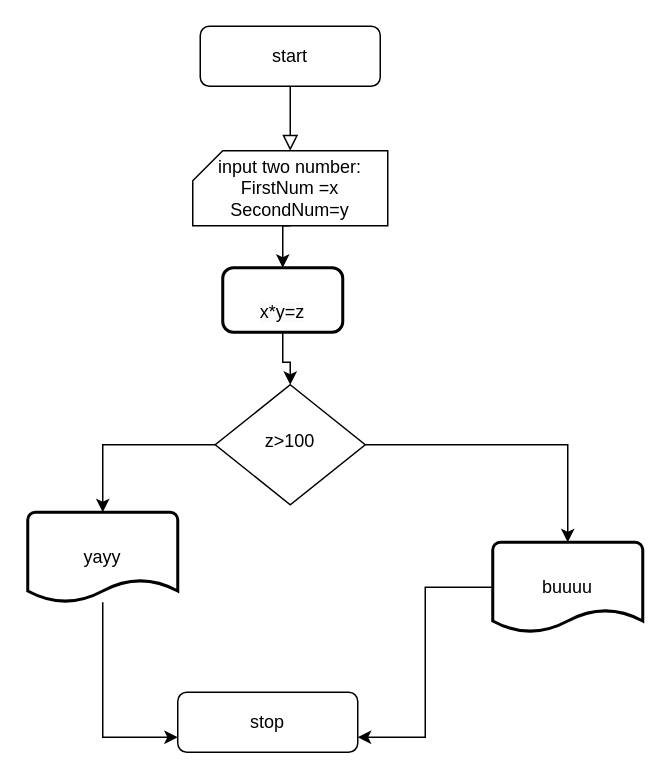
Before: tv.drawio in hayakarl/haya_hello, a draw.io diagram. Source tidied: cells renumbered, new cells numbered last; positions are measured from the earlier drawing's top-left corner, leaving out a move shared by most shapes. Both pictures are drawn from the tidied source at 150%, with x=0, y=0 at pixel (27, 26).
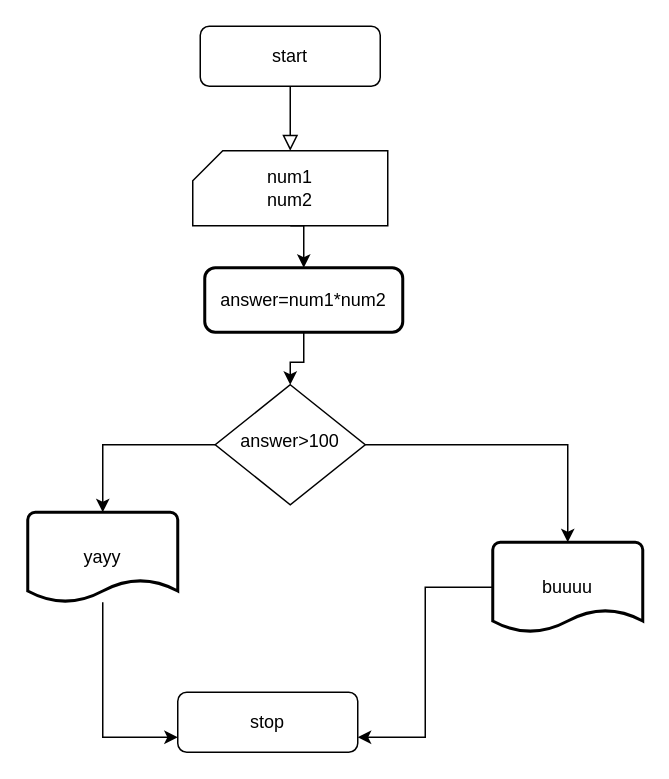
The same page after the edit.

Diff of the diagram source:
```diff
@@
 <mxGraphModel>
   <root>
     <mxCell id="0" />
     <mxCell id="1" parent="0" />
     <mxCell id="2" style="rounded=0;html=1;jettySize=auto;fontSize=11;endArrow=block;endFill=0;endSize=8;strokeWidth=1;shadow=0;labelBackgroundColor=none;edgeStyle=orthogonalEdgeStyle;entryX=0.5;entryY=0;entryDx=0;entryDy=0;entryPerimeter=0;" parent="1" edge="1" source="3" target="7">
       <mxGeometry relative="1" as="geometry" />
     </mxCell>
     <mxCell id="3" value="start" style="rounded=1;whiteSpace=wrap;html=1;fontSize=12;glass=0;strokeWidth=1;shadow=0;" parent="1" vertex="1">
       <mxGeometry x="115" width="120" height="40" as="geometry" />
     </mxCell>
     <mxCell id="4" value="stop" style="rounded=1;whiteSpace=wrap;html=1;fontSize=12;glass=0;strokeWidth=1;shadow=0;" parent="1" vertex="1">
       <mxGeometry x="100" y="444" width="120" height="40" as="geometry" />
     </mxCell>
-    <mxCell id="5" value="z&amp;gt;100" style="rhombus;whiteSpace=wrap;html=1;shadow=0;fontFamily=Helvetica;fontSize=12;align=center;strokeWidth=1;spacing=6;spacingTop=-4;" parent="1" vertex="1">
+    <mxCell id="5" value="answer&amp;gt;100" style="rhombus;whiteSpace=wrap;html=1;shadow=0;fontFamily=Helvetica;fontSize=12;align=center;strokeWidth=1;spacing=6;spacingTop=-4;" parent="1" vertex="1">
       <mxGeometry x="125" y="239" width="100" height="80" as="geometry" />
     </mxCell>
     <mxCell id="6" style="edgeStyle=orthogonalEdgeStyle;rounded=0;jettySize=auto;html=1;exitX=0.5;exitY=1;exitDx=0;exitDy=0;exitPerimeter=0;entryX=0.5;entryY=0;entryDx=0;entryDy=0;" parent="1" edge="1" source="7" target="15">
       <mxGeometry relative="1" as="geometry" />
     </mxCell>
-    <mxCell id="7" value="input two number:&lt;br&gt;FirstNum =x&lt;br&gt;SecondNum=y" style="verticalLabelPosition=middle;verticalAlign=middle;html=1;shape=card;whiteSpace=wrap;size=20;arcSize=12;labelPosition=center;align=center;" parent="1" vertex="1">
+    <mxCell id="7" value="num1&lt;br&gt;num2" style="verticalLabelPosition=middle;verticalAlign=middle;html=1;shape=card;whiteSpace=wrap;size=20;arcSize=12;labelPosition=center;align=center;" parent="1" vertex="1">
       <mxGeometry x="110" y="83" width="130" height="50" as="geometry" />
     </mxCell>
     <mxCell id="8" style="edgeStyle=orthogonalEdgeStyle;rounded=0;jettySize=auto;html=1;entryX=0;entryY=0.75;entryDx=0;entryDy=0;" parent="1" edge="1" source="9" target="4">
       <mxGeometry relative="1" as="geometry" />
     </mxCell>
     <mxCell id="9" value="yayy" style="strokeWidth=2;html=1;shape=mxgraph.flowchart.document2;whiteSpace=wrap;size=0.25;" parent="1" vertex="1">
       <mxGeometry y="324" width="100" height="60" as="geometry" />
     </mxCell>
     <mxCell id="10" style="edgeStyle=orthogonalEdgeStyle;rounded=0;jettySize=auto;html=1;entryX=1;entryY=0.75;entryDx=0;entryDy=0;" parent="1" edge="1" source="11" target="4">
       <mxGeometry relative="1" as="geometry" />
     </mxCell>
     <mxCell id="11" value="buuuu" style="strokeWidth=2;html=1;shape=mxgraph.flowchart.document2;whiteSpace=wrap;size=0.25;" parent="1" vertex="1">
       <mxGeometry x="310" y="344" width="100" height="60" as="geometry" />
     </mxCell>
     <mxCell id="12" style="edgeStyle=orthogonalEdgeStyle;rounded=0;jettySize=auto;html=1;entryX=0.5;entryY=0;entryDx=0;entryDy=0;entryPerimeter=0;" parent="1" edge="1" source="5" target="9">
       <mxGeometry relative="1" as="geometry" />
     </mxCell>
     <mxCell id="13" style="edgeStyle=orthogonalEdgeStyle;rounded=0;jettySize=auto;html=1;entryX=0.5;entryY=0;entryDx=0;entryDy=0;entryPerimeter=0;" parent="1" edge="1" source="5" target="11">
       <mxGeometry relative="1" as="geometry" />
     </mxCell>
     <mxCell id="14" style="edgeStyle=orthogonalEdgeStyle;rounded=0;jettySize=auto;html=1;" parent="1" edge="1" source="15" target="5">
       <mxGeometry relative="1" as="geometry" />
     </mxCell>
-    <mxCell id="15" value="&lt;br&gt;&lt;span style=&quot;color: rgb(0, 0, 0); font-family: Helvetica; font-size: 12px; font-style: normal; font-variant-ligatures: normal; font-variant-caps: normal; font-weight: 400; letter-spacing: normal; orphans: 2; text-align: center; text-indent: 0px; text-transform: none; widows: 2; word-spacing: 0px; -webkit-text-stroke-width: 0px; background-color: rgb(251, 251, 251); text-decoration-thickness: initial; text-decoration-style: initial; text-decoration-color: initial; float: none; display: inline !important;&quot;&gt;x*y=z&lt;/span&gt;&lt;br&gt;" style="rounded=1;whiteSpace=wrap;html=1;absoluteArcSize=1;arcSize=14;strokeWidth=2;" parent="1" vertex="1">
-      <mxGeometry x="130" y="161" width="80" height="43" as="geometry" />
+    <mxCell id="15" value="answer=num1*num2" style="rounded=1;whiteSpace=wrap;html=1;absoluteArcSize=1;arcSize=14;strokeWidth=2;" parent="1" vertex="1">
+      <mxGeometry x="118" y="161" width="132" height="43" as="geometry" />
     </mxCell>
   </root>
 </mxGraphModel>
```
